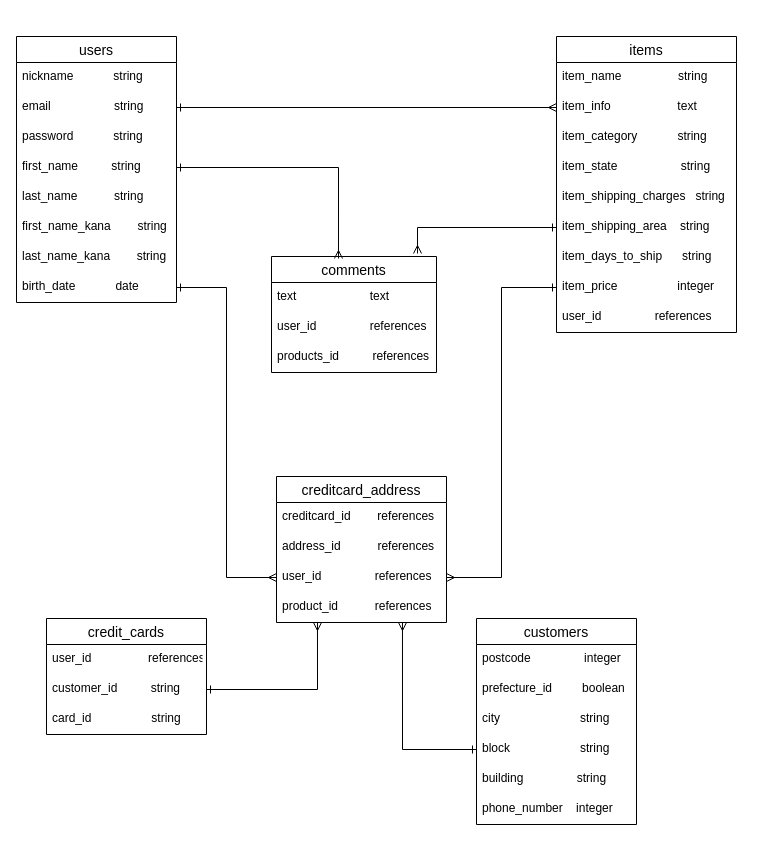
Above: er.dio in yoheitm/furima-33558 (draw.io), before the change. Source tidied: cells renumbered, new cells numbered last; positions are measured from the earlier drawing's top-left corner, leaving out a move shared by most shapes. Both pictures are drawn from the tidied source at 100%, with x=0, y=0 at pixel (16, 36).
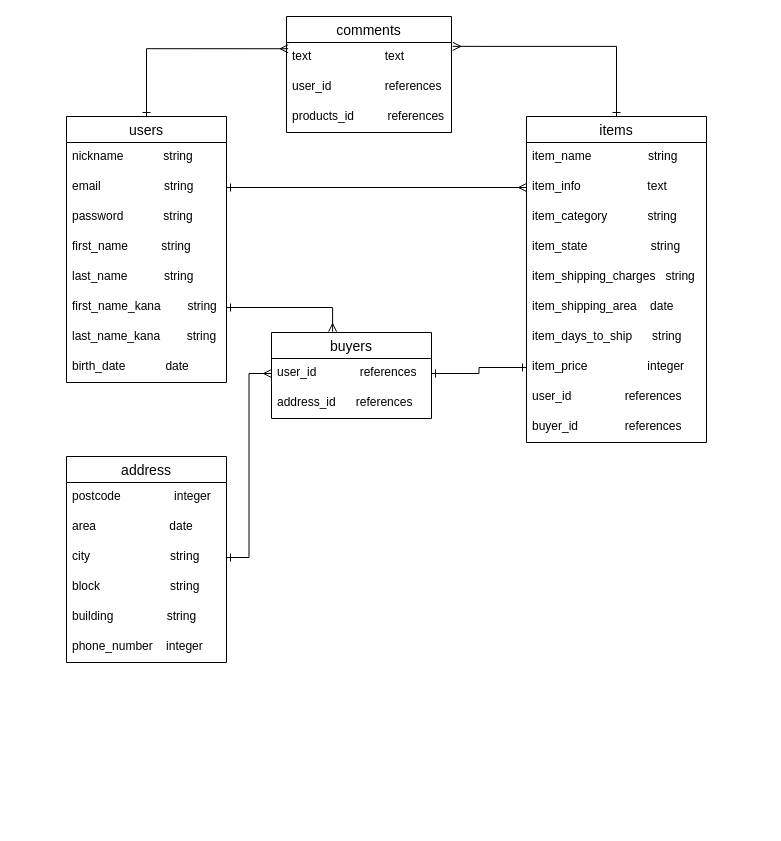
The same diagram, later.

Commit message (it also covers changes not shown here):
データベースの設計

The change refers to these unchanged cells:
```xml
<mxCell id="6" value="first_name          string" style="text;strokeColor=none;fillColor=none;spacingLeft=4;spacingRight=4;overflow=hidden;points=[[0,0.5],[1,0.5]];portConstraint=eastwest;fontSize=12;" parent="2" vertex="1">
  <mxGeometry y="116" width="160" height="30" as="geometry" />
</mxCell>
<mxCell id="8" value="first_name_kana        string" style="text;strokeColor=none;fillColor=none;spacingLeft=4;spacingRight=4;overflow=hidden;points=[[0,0.5],[1,0.5]];portConstraint=eastwest;fontSize=12;" parent="2" vertex="1">
  <mxGeometry y="176" width="160" height="30" as="geometry" />
</mxCell>
<mxCell id="10" value="birth_date            date" style="text;strokeColor=none;fillColor=none;spacingLeft=4;spacingRight=4;overflow=hidden;points=[[0,0.5],[1,0.5]];portConstraint=eastwest;fontSize=12;" parent="2" vertex="1">
  <mxGeometry y="236" width="160" height="30" as="geometry" />
</mxCell>
<mxCell id="19" value="item_price                  integer               " style="text;strokeColor=none;fillColor=none;spacingLeft=4;spacingRight=4;overflow=hidden;points=[[0,0.5],[1,0.5]];portConstraint=eastwest;fontSize=12;" parent="11" vertex="1">
  <mxGeometry y="236" width="180" height="30" as="geometry" />
</mxCell>
<mxCell id="23" value="text                      text" style="text;strokeColor=none;fillColor=none;spacingLeft=4;spacingRight=4;overflow=hidden;points=[[0,0.5],[1,0.5]];portConstraint=eastwest;fontSize=12;" parent="22" vertex="1">
  <mxGeometry y="26" width="165" height="30" as="geometry" />
</mxCell>
<mxCell id="33" value="city                        string" style="text;strokeColor=none;fillColor=none;spacingLeft=4;spacingRight=4;overflow=hidden;points=[[0,0.5],[1,0.5]];portConstraint=eastwest;fontSize=12;" parent="30" vertex="1">
  <mxGeometry y="86" width="160" height="30" as="geometry" />
</mxCell>
<mxCell id="34" value="block                     string" style="text;strokeColor=none;fillColor=none;spacingLeft=4;spacingRight=4;overflow=hidden;points=[[0,0.5],[1,0.5]];portConstraint=eastwest;fontSize=12;" parent="30" vertex="1">
  <mxGeometry y="116" width="160" height="30" as="geometry" />
</mxCell>
```

Change to the diagram source:
```diff
@@
+    <mxCell id="48" style="edgeStyle=orthogonalEdgeStyle;rounded=0;jettySize=auto;html=1;exitX=0.5;exitY=0;exitDx=0;exitDy=0;entryX=0.01;entryY=0.208;entryDx=0;entryDy=0;entryPerimeter=0;startArrow=ERone;startFill=0;endArrow=ERmany;endFill=0;" parent="1" edge="1" source="2" target="23">
+      <mxGeometry relative="1" as="geometry" />
+    </mxCell>
     <mxCell id="2" value="users" style="swimlane;fontStyle=0;horizontal=1;startSize=26;align=center;fontSize=14;" parent="1" vertex="1">
-      <mxGeometry width="160" height="266" as="geometry" />
+      <mxGeometry x="50" y="80" width="160" height="266" as="geometry" />
     </mxCell>
@@
+    <mxCell id="49" style="edgeStyle=orthogonalEdgeStyle;rounded=0;jettySize=auto;html=1;exitX=0.5;exitY=0;exitDx=0;exitDy=0;entryX=1.008;entryY=0.129;entryDx=0;entryDy=0;entryPerimeter=0;startArrow=ERone;startFill=0;endArrow=ERmany;endFill=0;" parent="1" edge="1" source="11" target="23">
+      <mxGeometry relative="1" as="geometry" />
+    </mxCell>
     <mxCell id="11" value="items" style="swimlane;fontStyle=0;horizontal=1;startSize=26;align=center;fontSize=14;" parent="1" vertex="1">
-      <mxGeometry x="540" width="180" height="296" as="geometry" />
+      <mxGeometry x="510" y="80" width="180" height="326" as="geometry" />
     </mxCell>
@@
-    <mxCell id="17" value="item_shipping_area    string" style="text;strokeColor=none;fillColor=none;spacingLeft=4;spacingRight=4;overflow=hidden;points=[[0,0.5],[1,0.5]];portConstraint=eastwest;fontSize=12;" parent="11" vertex="1">
+    <mxCell id="17" value="item_shipping_area    date" style="text;strokeColor=none;fillColor=none;spacingLeft=4;spacingRight=4;overflow=hidden;points=[[0,0.5],[1,0.5]];portConstraint=eastwest;fontSize=12;" parent="11" vertex="1">
       <mxGeometry y="176" width="180" height="30" as="geometry" />
     </mxCell>
@@
+    <mxCell id="50" value="buyer_id              references" style="text;strokeColor=none;fillColor=none;spacingLeft=4;spacingRight=4;overflow=hidden;fontSize=12;" parent="11" vertex="1">
+      <mxGeometry y="296" width="180" height="30" as="geometry" />
+    </mxCell>
@@
     <mxCell id="22" value="comments" style="swimlane;fontStyle=0;horizontal=1;startSize=26;align=center;fontSize=14;" parent="1" vertex="1">
-      <mxGeometry x="255" y="220" width="165" height="116" as="geometry" />
+      <mxGeometry x="270" y="-20" width="165" height="116" as="geometry" />
     </mxCell>
@@
-    <mxCell id="26" value="credit_cards" style="swimlane;fontStyle=0;horizontal=1;startSize=26;align=center;fontSize=14;" parent="1" vertex="1">
-      <mxGeometry x="30" y="582" width="160" height="116" as="geometry" />
-    </mxCell>
-    <mxCell id="27" value="user_id                 references" style="text;strokeColor=none;fillColor=none;spacingLeft=4;spacingRight=4;overflow=hidden;fontSize=12;" parent="26" vertex="1">
-      <mxGeometry y="26" width="160" height="30" as="geometry" />
-    </mxCell>
-    <mxCell id="28" value="customer_id          string" style="text;strokeColor=none;fillColor=none;spacingLeft=4;spacingRight=4;overflow=hidden;points=[[0,0.5],[1,0.5]];portConstraint=eastwest;fontSize=12;" parent="26" vertex="1">
-      <mxGeometry y="56" width="160" height="30" as="geometry" />
-    </mxCell>
-    <mxCell id="29" value="card_id                  string" style="text;strokeColor=none;fillColor=none;spacingLeft=4;spacingRight=4;overflow=hidden;fontSize=12;" parent="26" vertex="1">
-      <mxGeometry y="86" width="160" height="30" as="geometry" />
-    </mxCell>
-    <mxCell id="30" value="customers" style="swimlane;fontStyle=0;horizontal=1;startSize=26;align=center;fontSize=14;" parent="1" vertex="1">
-      <mxGeometry x="460" y="582" width="160" height="206" as="geometry" />
+    <mxCell id="30" value="address" style="swimlane;fontStyle=0;horizontal=1;startSize=26;align=center;fontSize=14;" parent="1" vertex="1">
+      <mxGeometry x="50" y="420" width="160" height="206" as="geometry" />
     </mxCell>
@@
-    <mxCell id="32" value="prefecture_id         boolean" style="text;strokeColor=none;fillColor=none;spacingLeft=4;spacingRight=4;overflow=hidden;fontSize=12;" parent="30" vertex="1">
+    <mxCell id="32" value="area                      date" style="text;strokeColor=none;fillColor=none;spacingLeft=4;spacingRight=4;overflow=hidden;fontSize=12;" parent="30" vertex="1">
       <mxGeometry y="56" width="160" height="30" as="geometry" />
     </mxCell>
@@
-    <mxCell id="37" value="creditcard_address" style="swimlane;fontStyle=0;horizontal=1;startSize=26;align=center;fontSize=14;" parent="1" vertex="1">
-      <mxGeometry x="260" y="440" width="170" height="146" as="geometry" />
-    </mxCell>
-    <mxCell id="38" value="creditcard_id        references" style="text;strokeColor=none;fillColor=none;spacingLeft=4;spacingRight=4;overflow=hidden;fontSize=12;" parent="37" vertex="1">
-      <mxGeometry y="26" width="170" height="30" as="geometry" />
-    </mxCell>
+    <mxCell id="51" value="buyers" style="swimlane;fontStyle=0;horizontal=1;startSize=26;align=center;fontSize=14;" parent="1" vertex="1">
+      <mxGeometry x="255" y="296" width="160" height="86" as="geometry" />
+    </mxCell>
+    <mxCell id="52" value="user_id             references" style="text;strokeColor=none;fillColor=none;spacingLeft=4;spacingRight=4;overflow=hidden;points=[[0,0.5],[1,0.5]];portConstraint=eastwest;fontSize=12;" parent="51" vertex="1">
+      <mxGeometry y="26" width="160" height="30" as="geometry" />
+    </mxCell>
-    <mxCell id="39" value="address_id           references" style="text;strokeColor=none;fillColor=none;spacingLeft=4;spacingRight=4;overflow=hidden;fontSize=12;" parent="37" vertex="1">
-      <mxGeometry y="56" width="170" height="30" as="geometry" />
+    <mxCell id="39" value="address_id      references" style="text;strokeColor=none;fillColor=none;spacingLeft=4;spacingRight=4;overflow=hidden;fontSize=12;" parent="51" vertex="1">
+      <mxGeometry y="56" width="160" height="30" as="geometry" />
     </mxCell>
-    <mxCell id="40" value="user_id                references" style="text;strokeColor=none;fillColor=none;spacingLeft=4;spacingRight=4;overflow=hidden;points=[[0,0.5],[1,0.5]];portConstraint=eastwest;fontSize=12;" parent="37" vertex="1">
-      <mxGeometry y="86" width="170" height="30" as="geometry" />
-    </mxCell>
-    <mxCell id="41" value="product_id           references" style="text;strokeColor=none;fillColor=none;spacingLeft=4;spacingRight=4;overflow=hidden;points=[[0,0.5],[1,0.5]];portConstraint=eastwest;fontSize=12;" parent="37" vertex="1">
-      <mxGeometry y="116" width="170" height="30" as="geometry" />
-    </mxCell>
-    <mxCell id="42" style="edgeStyle=orthogonalEdgeStyle;rounded=0;jettySize=auto;html=1;entryX=0;entryY=0.5;entryDx=0;entryDy=0;startArrow=ERone;startFill=0;endArrow=ERmany;endFill=0;" parent="1" edge="1" source="10" target="40">
-      <mxGeometry relative="1" as="geometry" />
-    </mxCell>
-    <mxCell id="43" style="edgeStyle=orthogonalEdgeStyle;rounded=0;jettySize=auto;html=1;entryX=1;entryY=0.5;entryDx=0;entryDy=0;startArrow=ERone;startFill=0;endArrow=ERmany;endFill=0;" parent="1" edge="1" source="19" target="40">
-      <mxGeometry relative="1" as="geometry" />
-    </mxCell>
-    <mxCell id="44" style="edgeStyle=orthogonalEdgeStyle;rounded=0;jettySize=auto;html=1;entryX=0.406;entryY=0.017;entryDx=0;entryDy=0;entryPerimeter=0;startArrow=ERone;startFill=0;endArrow=ERmany;endFill=0;" parent="1" edge="1" source="6" target="22">
-      <mxGeometry relative="1" as="geometry" />
-    </mxCell>
-    <mxCell id="45" style="edgeStyle=orthogonalEdgeStyle;rounded=0;jettySize=auto;html=1;entryX=0.885;entryY=-0.026;entryDx=0;entryDy=0;entryPerimeter=0;startArrow=ERone;startFill=0;endArrow=ERmany;endFill=0;" parent="1" edge="1" source="17" target="22">
-      <mxGeometry relative="1" as="geometry" />
-    </mxCell>
-    <mxCell id="46" style="edgeStyle=orthogonalEdgeStyle;rounded=0;jettySize=auto;html=1;entryX=0.241;entryY=1;entryDx=0;entryDy=0;entryPerimeter=0;startArrow=ERone;startFill=0;endArrow=ERmany;endFill=0;" parent="1" edge="1" source="28" target="41">
-      <mxGeometry relative="1" as="geometry" />
-    </mxCell>
-    <mxCell id="47" style="edgeStyle=orthogonalEdgeStyle;rounded=0;jettySize=auto;html=1;entryX=0.741;entryY=1;entryDx=0;entryDy=0;entryPerimeter=0;startArrow=ERone;startFill=0;endArrow=ERmany;endFill=0;" parent="1" edge="1" source="34" target="41">
-      <mxGeometry relative="1" as="geometry" />
-    </mxCell>
+    <mxCell id="53" style="edgeStyle=orthogonalEdgeStyle;rounded=0;jettySize=auto;html=1;exitX=1;exitY=0.5;exitDx=0;exitDy=0;entryX=0.382;entryY=-0.01;entryDx=0;entryDy=0;entryPerimeter=0;startArrow=ERone;startFill=0;endArrow=ERmany;endFill=0;" parent="1" edge="1" source="8" target="51">
+      <mxGeometry relative="1" as="geometry" />
+    </mxCell>
+    <mxCell id="54" style="edgeStyle=orthogonalEdgeStyle;rounded=0;jettySize=auto;html=1;entryX=0;entryY=0.5;entryDx=0;entryDy=0;startArrow=ERone;startFill=0;endArrow=ERmany;endFill=0;" parent="1" edge="1" source="33" target="52">
+      <mxGeometry relative="1" as="geometry" />
+    </mxCell>
+    <mxCell id="55" style="edgeStyle=orthogonalEdgeStyle;rounded=0;jettySize=auto;html=1;exitX=1;exitY=0.5;exitDx=0;exitDy=0;entryX=0;entryY=0.5;entryDx=0;entryDy=0;startArrow=ERone;startFill=0;endArrow=ERone;endFill=0;" parent="1" edge="1" source="52" target="19">
+      <mxGeometry relative="1" as="geometry" />
+    </mxCell>
```
